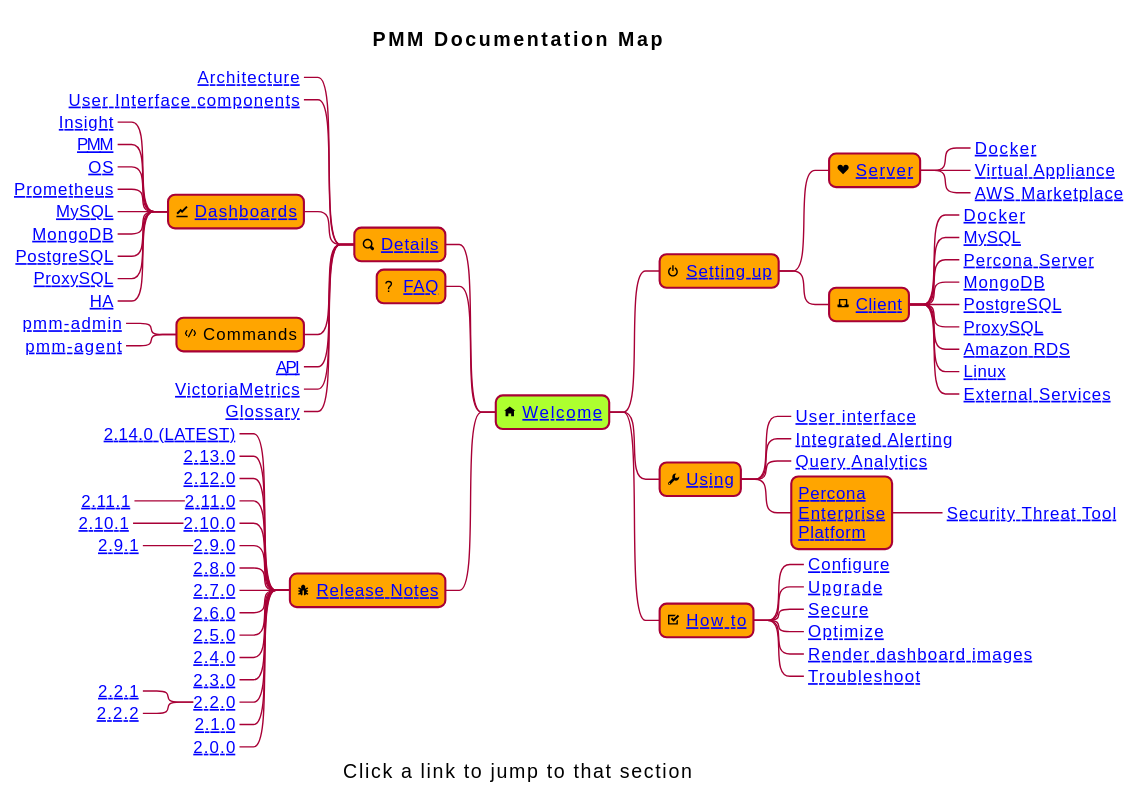
The PlantUML diagram 2.x/_images/PMM_Documentation_Map.svg in percona/pmm-doc, before a commit.
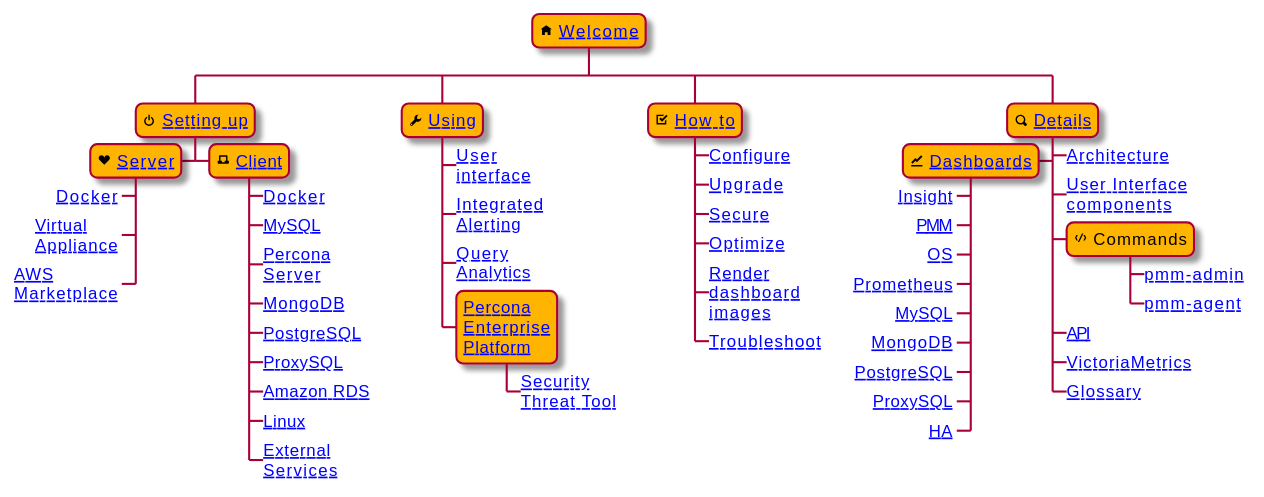
Later version of the same file.

What changed in the source:
```diff
@@ -1,92 +1,69 @@
-@startmindmap "PMM_Documentation_Map"
-title PMM Documentation Map
-caption Click a link to jump to that section
-skinparam Shadowing false
+@startwbs "PMM_Documentation_Map"
+
+!$base = ".."
+
 <style>
-mindmapDiagram {
+wbsDiagram {
   node {
-    FontSize 12
-    BackgroundColor Orange
+    BackgroundColor #FFB500
     RoundCorner 10
     Padding 5
-    Margin 3
+    Margin 5
   }
 }
 </style>
 
-!$base = ".."
++ <&home> [[$base/index.html Welcome]]
+	+ <&power-standby> [[$base/setting-up/ Setting up]]
+		- <&heart> [[$base/setting-up/server/ Server]]
+			-_ [[$base/setting-up/server/docker.html Docker]]
+			-_ [[$base/setting-up/server/virtual-appliance.html Virtual\nAppliance]]
+			-_ [[$base/setting-up/server/aws.html AWS\nMarketplace]]
 
-*[#GreenYellow] <&home> [[$base/index.html Welcome]]
-	* <&power-standby> [[$base/setting-up/ Setting up]]
-		* <&heart> [[$base/setting-up/server/ Server]]
-			*_ [[$base/setting-up/server/docker.html Docker]]
-			*_ [[$base/setting-up/server/virtual-appliance.html Virtual Appliance]]
-			*_ [[$base/setting-up/server/aws.html AWS Marketplace]]
-		* <&laptop> [[$base/setting-up/client/ Client]]
-			*_ [[$base/setting-up/client/docker.html Docker]]
-			*_ [[$base/setting-up/client/mysql.html MySQL]]
-			*_ [[$base/setting-up/client/percona-server.html Percona Server]]
-			*_ [[$base/setting-up/client/mongodb.html MongoDB]]
-			*_ [[$base/setting-up/client/postgresql.html PostgreSQL]]
-			*_ [[$base/setting-up/client/proxysql.html ProxySQL]]
-			*_ [[$base/setting-up/client/aws.html Amazon RDS]]
-			*_ [[$base/setting-up/client/linux.html Linux]]
-			*_ [[$base/setting-up/client/external.html External Services]]
-	* <&wrench> [[$base/using/ Using]]
-		*_ [[$base/using/interface.html User interface]]
-		*_ [[$base/using/alerting.html Integrated Alerting]]
-		*_ [[$base/using/query-analytics.html Query Analytics]]
-		* [[$base/using/platform/  Percona\nEnterprise\nPlatform]]
-			*_ [[$base/using/platform/security-threat-tool.html Security Threat Tool]]
-	* <&task> [[$base/how-to/ How to]]
-		*_ [[$base/how-to/configure.html Configure]]
-		*_ [[$base/how-to/upgrade.html Upgrade]]
-		*_ [[$base/how-to/secure.html Secure]]
-		*_ [[$base/how-to/optimize.html Optimize]]
-		*_ [[$base/how-to/render-dashboard-images.html Render dashboard images]]
-		*_ [[$base/how-to/troubleshoot.html Troubleshoot]]
+		+ <&laptop> [[$base/setting-up/client/ Client]]
+			+_ [[$base/setting-up/client/docker.html Docker]]
+			+_ [[$base/setting-up/client/mysql.html MySQL]]
+			+_ [[$base/setting-up/client/percona-server.html Percona\nServer]]
+			+_ [[$base/setting-up/client/mongodb.html MongoDB]]
+			+_ [[$base/setting-up/client/postgresql.html PostgreSQL]]
+			+_ [[$base/setting-up/client/proxysql.html ProxySQL]]
+			+_ [[$base/setting-up/client/aws.html Amazon RDS]]
+			+_ [[$base/setting-up/client/linux.html Linux]]
+			+_ [[$base/setting-up/client/external.html External\nServices]]
 
-left side
+	+ <&wrench> [[$base/using/ Using]]
+		+_ [[$base/using/interface.html User\ninterface]]
+		+_ [[$base/using/alerting.html Integrated\nAlerting]]
+		+_ [[$base/using/query-analytics.html Query\nAnalytics]]
+		+ [[$base/using/platform/  Percona\nEnterprise\nPlatform]]
+			+_ [[$base/using/platform/security-threat-tool.html Security\nThreat Tool]]
 
-	* <&magnifying-glass> [[$base/details/ Details]]
-		*_ [[$base/details/architecture.html Architecture]]
-		*_ [[$base/details/interface.html User Interface components]]
-		* <&graph> [[$base/details/dashboards/ Dashboards]]
-			*_ [[$base/details/dashboards/index.html#insight Insight]]
-			*_ [[$base/details/dashboards/index.html#pmm PMM]]
-			*_ [[$base/details/dashboards/index.html#os-dashboards OS]]
-			*_ [[$base/details/dashboards/index.html#prometheus-dashboards Prometheus]]
-			*_ [[$base/details/dashboards/index.html#mysql-dashboards MySQL]]
-			*_ [[$base/details/dashboards/index.html#mongodb-dashboards MongoDB]]
-			*_ [[$base/details/dashboards/index.html#postgresql-dashboards PostgreSQL]]
-			*_ [[$base/details/dashboards/index.html#proxysql-dashboards ProxySQL]]
-			*_ [[$base/details/dashboards/index.html#ha-dashboards HA]]
-		* <&code> Commands
-			*_ [[$base/details/commands/pmm-admin.html pmm-admin]]
-			*_ [[$base/details/commands/pmm-agent.html pmm-agent]]
-		*_ [[$base/details/api.html API]]
-		*_ [[$base/details/victoria-metrics.html VictoriaMetrics]]
-		*_ [[$base/details/glossary.html Glossary]]
-	* <&question-mark> [[$base/faq.html FAQ]]
-	* <&bug> [[$base/release-notes/ Release Notes]]
-		*_ [[$base/release-notes/2.14.0.html 2.14.0 (LATEST)]]
-		*_ [[$base/release-notes/2.13.0.html 2.13.0]]
-		*_ [[$base/release-notes/2.12.0.html 2.12.0]]
-		*_ [[$base/release-notes/2.11.0.html 2.11.0]]
-			*_ [[$base/release-notes/2.11.1.html 2.11.1]]
-		*_ [[$base/release-notes/2.10.0.html 2.10.0]]
-			*_ [[$base/release-notes/2.10.1.html 2.10.1]]
-		*_ [[$base/release-notes/2.9.0.html 2.9.0]]
-			*_ [[$base/release-notes/2.9.1.html 2.9.1]]
-		*_ [[$base/release-notes/2.8.0.html 2.8.0]]
-		*_ [[$base/release-notes/2.7.0.html 2.7.0]]
-		*_ [[$base/release-notes/2.6.0.html 2.6.0]]
-		*_ [[$base/release-notes/2.5.0.html 2.5.0]]
-		*_ [[$base/release-notes/2.4.0.html 2.4.0]]
-		*_ [[$base/release-notes/2.3.0.html 2.3.0]]
-		*_ [[$base/release-notes/2.2.0.html 2.2.0]]
-			*_ [[$base/release-notes/2.2.1.html 2.2.1]]
-			*_ [[$base/release-notes/2.2.2.html 2.2.2]]
-		*_ [[$base/release-notes/2.1.0.html 2.1.0]]
-		*_ [[$base/release-notes/2.0.0.html 2.0.0]]
-@endmindmap
+	+ <&task> [[$base/how-to/ How to]]
+		+_ [[$base/how-to/configure.html Configure]]
+		+_ [[$base/how-to/upgrade.html Upgrade]]
+		+_ [[$base/how-to/secure.html Secure]]
+		+_ [[$base/how-to/optimize.html Optimize]]
+		+_ [[$base/how-to/render-dashboard-images.html Render\ndashboard\nimages]]
+		+_ [[$base/how-to/troubleshoot.html Troubleshoot]]
+
+	+ <&magnifying-glass> [[$base/details/ Details]]
+		+_ [[$base/details/architecture.html Architecture]]
+		+_ [[$base/details/interface.html User Interface\ncomponents]]
+		- <&graph> [[$base/details/dashboards/ Dashboards]]
+			-_ [[$base/details/dashboards/index.html#insight Insight]]
+			-_ [[$base/details/dashboards/index.html#pmm PMM]]
+			-_ [[$base/details/dashboards/index.html#os-dashboards OS]]
+			-_ [[$base/details/dashboards/index.html#prometheus-dashboards Prometheus]]
+			-_ [[$base/details/dashboards/index.html#mysql-dashboards MySQL]]
+			-_ [[$base/details/dashboards/index.html#mongodb-dashboards MongoDB]]
+			-_ [[$base/details/dashboards/index.html#postgresql-dashboards PostgreSQL]]
+			-_ [[$base/details/dashboards/index.html#proxysql-dashboards ProxySQL]]
+			-_ [[$base/details/dashboards/index.html#ha-dashboards HA]]
+		+ <&code> Commands
+			+_ [[$base/details/commands/pmm-admin.html pmm-admin]]
+			+_ [[$base/details/commands/pmm-agent.html pmm-agent]]
+		+_ [[$base/details/api.html API]]
+		+_ [[$base/details/victoria-metrics.html VictoriaMetrics]]
+		+_ [[$base/details/glossary.html Glossary]]
+
+@endwbs
```
